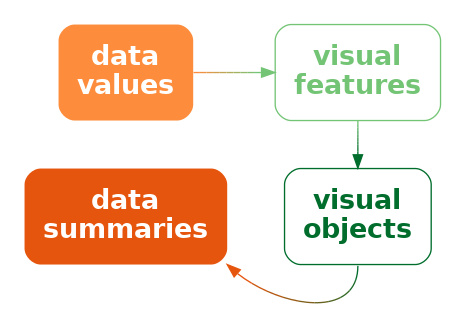
Above: Diagrams/data-vis-obj.png in pmur002/hdvw (Graphviz), before the change. Its source is kept beside it as Diagrams/data-vis-obj.dot.
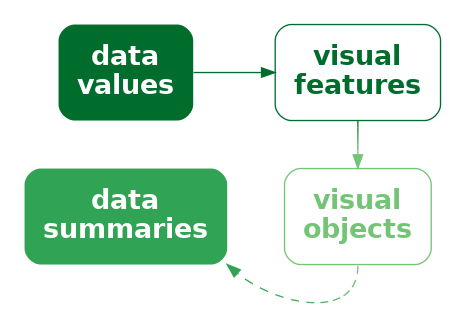
Above is the later version.

Change to the diagram source:
```diff
@@ -1,15 +1,15 @@
 digraph {
   graph [ rankdir=LR; margin=.2; nodesep=.5 ];
   node [ fontsize=20; fontname="sans bold"; margin=.2 ];
-  data [ label="data\nvalues"; shape=box; style="filled, rounded"; penwidth=0; fontcolor=white; fillcolor="#FD8D3C" ]
-  stat [ label="data\nsummaries"; shape=box; style="filled, rounded"; penwidth=0; fontcolor=white; fillcolor="#E6550D" ]
+  data [ label="data\nvalues"; shape=box; style="filled, rounded"; penwidth=0; fontcolor=white; fillcolor="#006D2C" ]
+  stat [ label="data\nsummaries"; shape=box; style="filled, rounded"; penwidth=0; fontcolor=white; fillcolor="#31A354" ]
   vis [ label="visual\nfeatures"; shape=box;
+     style="rounded"; color="#006D2C"; fontcolor="#006D2C" ]
+  obj [ label="visual\nobjects"; shape=box;
      style="rounded"; color="#74C476"; fontcolor="#74C476" ]
-  obj [ label="visual\nobjects"; shape=box;
-     style="rounded"; color="#006D2C"; fontcolor="#006D2C" ]
-  data -> vis [ style="bold"; penwidth=1; color="#FD8D3C;0.1:#EE9342;0.1:#DF9949;0.1:#CF9F4F;0.1:#C0A556;0.1:#B1AC5C;0.1:#A2B263;0.1:#92B869;0.1:#83BE70;0.1:#74C476;0.1" ]
-  vis -> obj [ style="solid", color="#74C476;0.1:#67BA6E;0.1:#5AB166;0.1:#4DA75D;0.1:#409D55;0.1:#34944D;0.1:#278A45;0.1:#1A803C;0.1:#0D7734;0.1:#006D2C;0.1" ]
-  obj:s -> stat:se [ style="solid", color="#006D2C;0.1:#1A6A29;0.1:#336825;0.1:#4D6522;0.1:#66621E;0.1:#80601B;0.1:#995D17;0.1:#B35A14;0.1:#CC5810;0.1:#E6550D;0.1" ]
+  data -> vis [ style="bold"; penwidth=1; color="#006D2C" ]
+  vis -> obj [ style="solid", color="#006D2C;0.1:#0D7734;0.1:#1A803C;0.1:#278A45;0.1:#34944D;0.1:#409D55;0.1:#4DA75D;0.1:#5AB166;0.1:#67BA6E;0.1:#74C476;0.1" ]
+  obj:s -> stat:se [ style="dashed", color="#74C476;0.1:#6DC072;0.1:#65BD6E;0.1:#5EB96B;0.1:#56B567;0.1:#4FB263;0.1:#47AE5F;0.1:#40AA5C;0.1:#38A758;0.1:#31A354;0.1" ]
 { rank=same; data, stat }
 { rank=same; vis, obj }
 }
```
